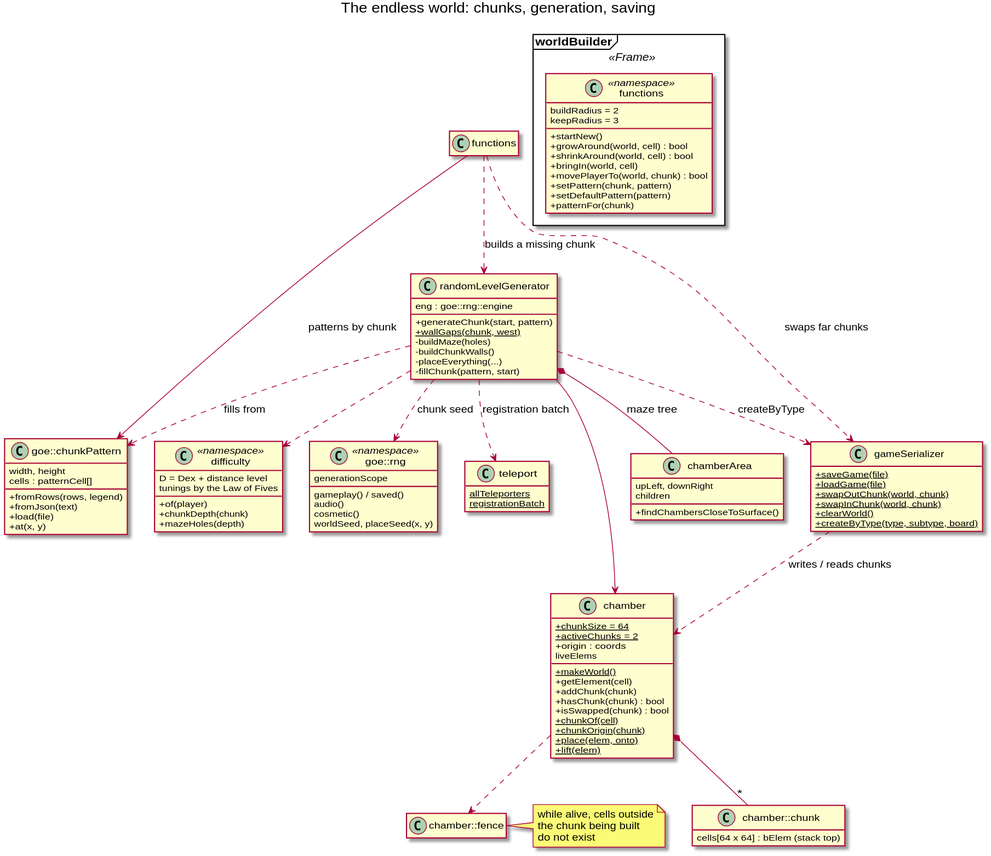
Above: docs/diagrams/02-world-classes.svg in arielkonopka/Gardens-of-Eris (PlantUML), before the change. Source of this version:
```plantuml
@startuml
title The endless world: chunks, generation, saving
skinparam classAttributeIconSize 0
hide empty members

class chamber {
  +{static} chunkSize = 64
  +{static} activeChunks = 2
  +origin : coords
  +{static} makeWorld()
  +getElement(cell)
  +addChunk(chunk)
  +hasChunk(chunk) : bool
  +isSwapped(chunk) : bool
  +{static} chunkOf(cell)
  +{static} chunkOrigin(chunk)
  +{static} place(elem, onto)
  +{static} lift(elem)
  liveElems
}
class "chamber::chunk" as chunk {
  cells[64 x 64] : bElem (stack top)
}
class "chamber::fence" as fence
note right of fence : while alive, cells outside\nthe chunk being built\ndo not exist

namespace worldBuilder <<Frame>> {
  class functions <<namespace>> {
    +startNew()
    +growAround(world, cell) : bool
    +shrinkAround(world, cell) : bool
    +bringIn(world, cell)
    +movePlayerTo(world, chunk) : bool
    +setPattern(chunk, pattern)
    +setDefaultPattern(pattern)
    +patternFor(chunk)
    buildRadius = 2
    keepRadius = 3
  }
}
class randomLevelGenerator {
  eng : goe::rng::engine
  +generateChunk(start, pattern)
  +{static} wallGaps(chunk, west)
  -buildMaze(holes)
  -buildChunkWalls()
  -placeEverything(...)
  -fillChunk(pattern, start)
}
class chamberArea {
  upLeft, downRight
  children
  +findChambersCloseToSurface()
}
class "goe::chunkPattern" as chunkPattern {
  width, height
  cells : patternCell[]
  +fromRows(rows, legend)
  +fromJson(text)
  +load(file)
  +at(x, y)
}
class gameSerializer {
  +{static} saveGame(file)
  +{static} loadGame(file)
  +{static} swapOutChunk(world, chunk)
  +{static} swapInChunk(world, chunk)
  +{static} clearWorld()
  +{static} createByType(type, subtype, board)
}
class "difficulty" as difficulty <<namespace>> {
  D = Dex + distance level
  +of(player)
  +chunkDepth(chunk)
  +mazeHoles(depth)
  tunings by the Law of Fives
}
class "goe::rng" as rng <<namespace>> {
  gameplay() / saved()
  audio()
  cosmetic()
  worldSeed, placeSeed(x, y)
  generationScope
}
class teleport {
  {static} allTeleporters
  {static} registrationBatch
}

chamber *-- "*" chunk
chamber ..> fence
functions ..> randomLevelGenerator : builds a missing chunk
functions ..> gameSerializer : swaps far chunks
functions --> chunkPattern : patterns by chunk
randomLevelGenerator --> chamber
randomLevelGenerator *-- chamberArea : maze tree
randomLevelGenerator ..> chunkPattern : fills from
randomLevelGenerator ..> gameSerializer : createByType
randomLevelGenerator ..> difficulty
randomLevelGenerator ..> rng : chunk seed
randomLevelGenerator ..> teleport : registration batch
gameSerializer ..> chamber : writes / reads chunks
@enduml
```
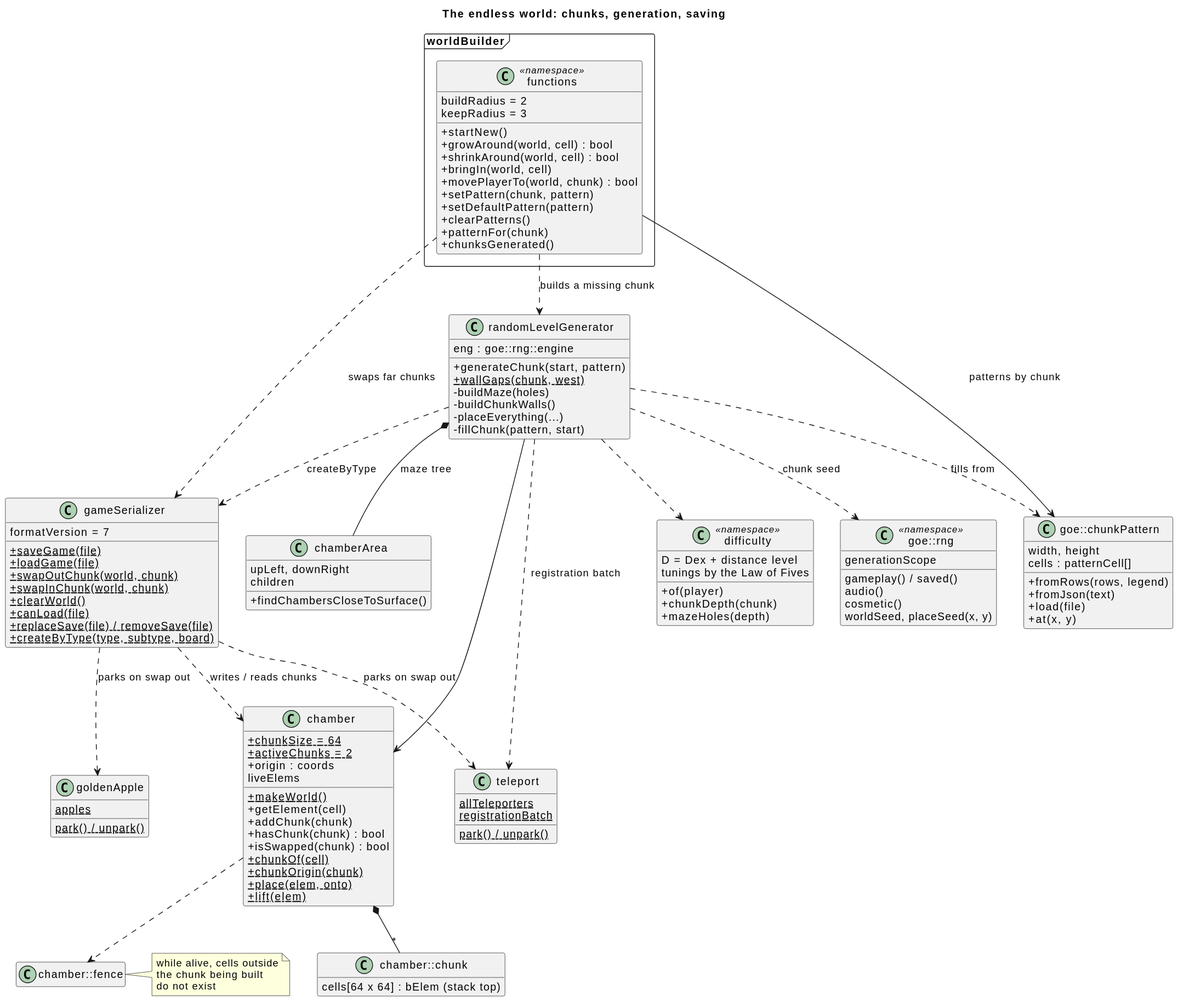
The same file after the commit.

What changed in the source:
```diff
@@ -33,7 +33,9 @@
     +movePlayerTo(world, chunk) : bool
     +setPattern(chunk, pattern)
     +setDefaultPattern(pattern)
+    +clearPatterns()
     +patternFor(chunk)
+    +chunksGenerated()
     buildRadius = 2
     keepRadius = 3
   }
@@ -66,7 +68,10 @@
   +{static} swapOutChunk(world, chunk)
   +{static} swapInChunk(world, chunk)
   +{static} clearWorld()
+  +{static} canLoad(file)
+  +{static} replaceSave(file) / removeSave(file)
   +{static} createByType(type, subtype, board)
+  formatVersion = 7
 }
 class "difficulty" as difficulty <<namespace>> {
   D = Dex + distance level
@@ -85,6 +90,11 @@
 class teleport {
   {static} allTeleporters
   {static} registrationBatch
+  {static} park() / unpark()
+}
+class goldenApple {
+  {static} apples
+  {static} park() / unpark()
 }
 
 chamber *-- "*" chunk
@@ -100,4 +110,6 @@
 randomLevelGenerator ..> rng : chunk seed
 randomLevelGenerator ..> teleport : registration batch
 gameSerializer ..> chamber : writes / reads chunks
+gameSerializer ..> teleport : parks on swap out
+gameSerializer ..> goldenApple : parks on swap out
 @enduml
```
